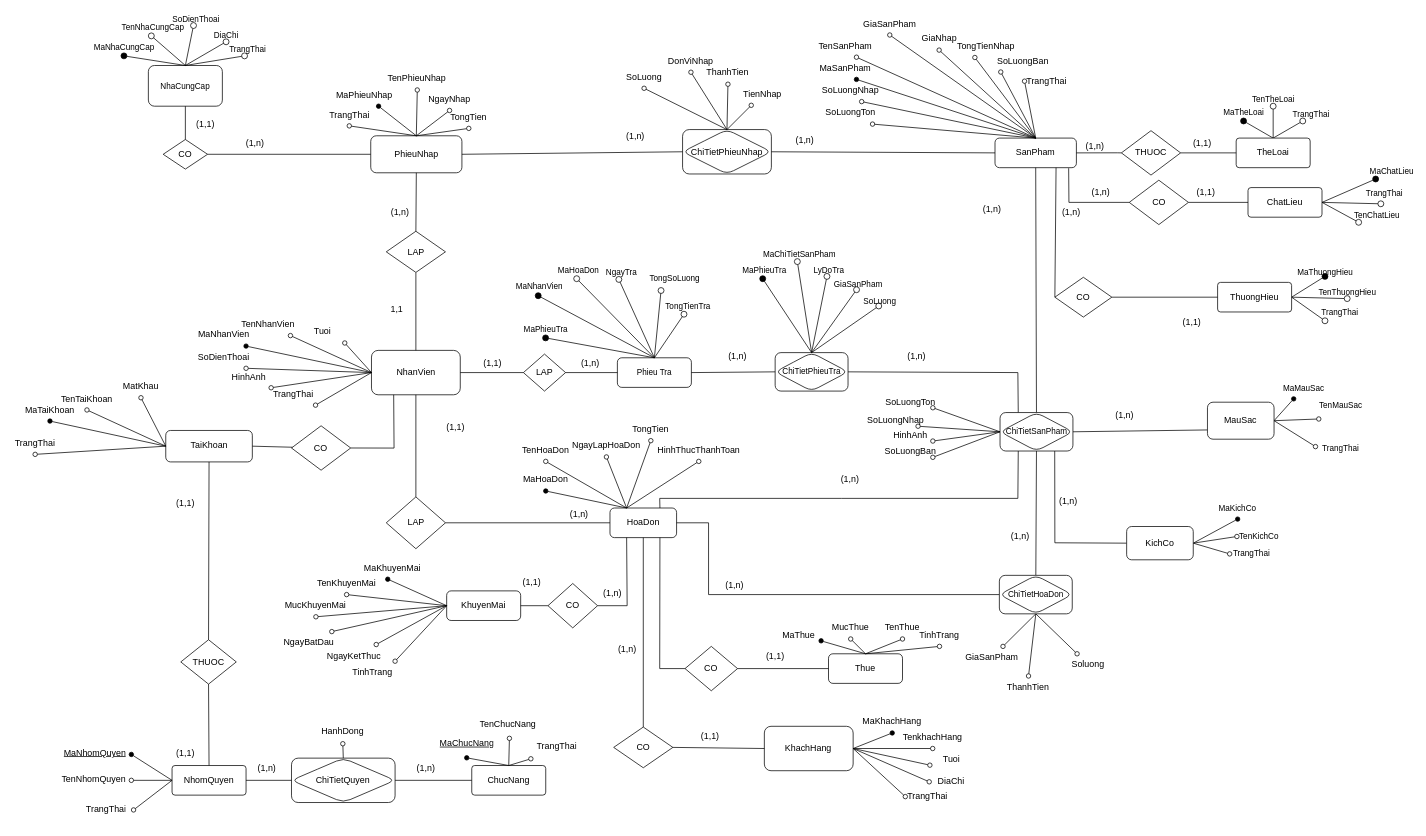
The draw.io diagram ERD.drawio in maivantai2003/SportStoreManager, before the edit. Source tidied: cells renumbered, new cells numbered last; positions are measured from the earlier drawing's top-left corner, leaving out a move shared by most shapes. Both pictures are drawn from the tidied source at 74%, with x=0, y=0 at pixel (13, 13).
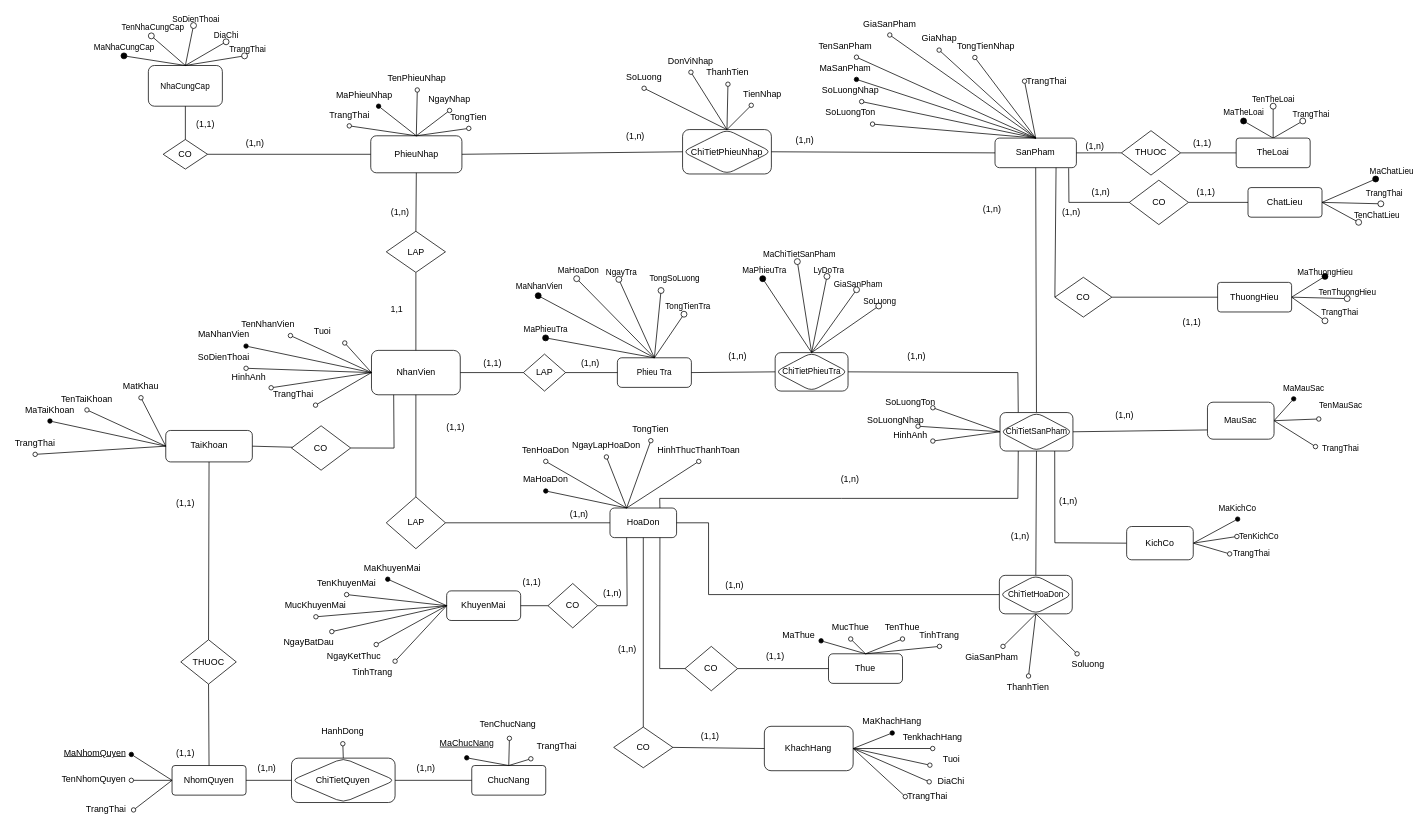
The same page after the edit.

Commit message:
Cập nhật ERD.drawio

The change refers to these unchanged cells:
```xml
<mxCell id="2" value="SanPham" style="rounded=1;whiteSpace=wrap;html=1;" parent="1" vertex="1">
  <mxGeometry x="1327.1" y="169.1" width="110" height="40" as="geometry" />
</mxCell>
<mxCell id="261" value="ChiTietSanPham" style="shape=associativeEntity;whiteSpace=wrap;html=1;align=center;fontSize=11;rounded=1;" parent="1" vertex="1">
  <mxGeometry x="1333.9" y="540" width="98.5" height="52" as="geometry" />
</mxCell>
```

What changed in the source:
```diff
@@
-    <mxCell id="8" style="endArrow=oval;html=1;rounded=0;exitX=0.5;exitY=0;exitDx=0;exitDy=0;entryX=0;entryY=1;entryDx=0;entryDy=0;endFill=0;" parent="1" edge="1" source="2" target="39">
-      <mxGeometry relative="1" as="geometry" />
-    </mxCell>
@@
-    <mxCell id="15" style="endArrow=oval;html=1;rounded=0;exitX=0;exitY=0.5;exitDx=0;exitDy=0;endFill=0;entryX=1;entryY=0.75;entryDx=0;entryDy=0;" parent="1" edge="1" source="261" target="44">
-      <mxGeometry relative="1" as="geometry" />
-    </mxCell>
@@
-    <mxCell id="39" value="SoLuongBan" style="text;html=1;strokeColor=none;fillColor=none;align=center;verticalAlign=middle;whiteSpace=wrap;rounded=0;" parent="1" vertex="1">
-      <mxGeometry x="1334.9" y="49.8" width="60" height="30" as="geometry" />
-    </mxCell>
@@
-    <mxCell id="44" value="SoLuongBan" style="text;html=1;strokeColor=none;fillColor=none;align=center;verticalAlign=middle;whiteSpace=wrap;rounded=0;" parent="1" vertex="1">
-      <mxGeometry x="1183.1" y="578" width="60" height="30" as="geometry" />
-    </mxCell>
```
